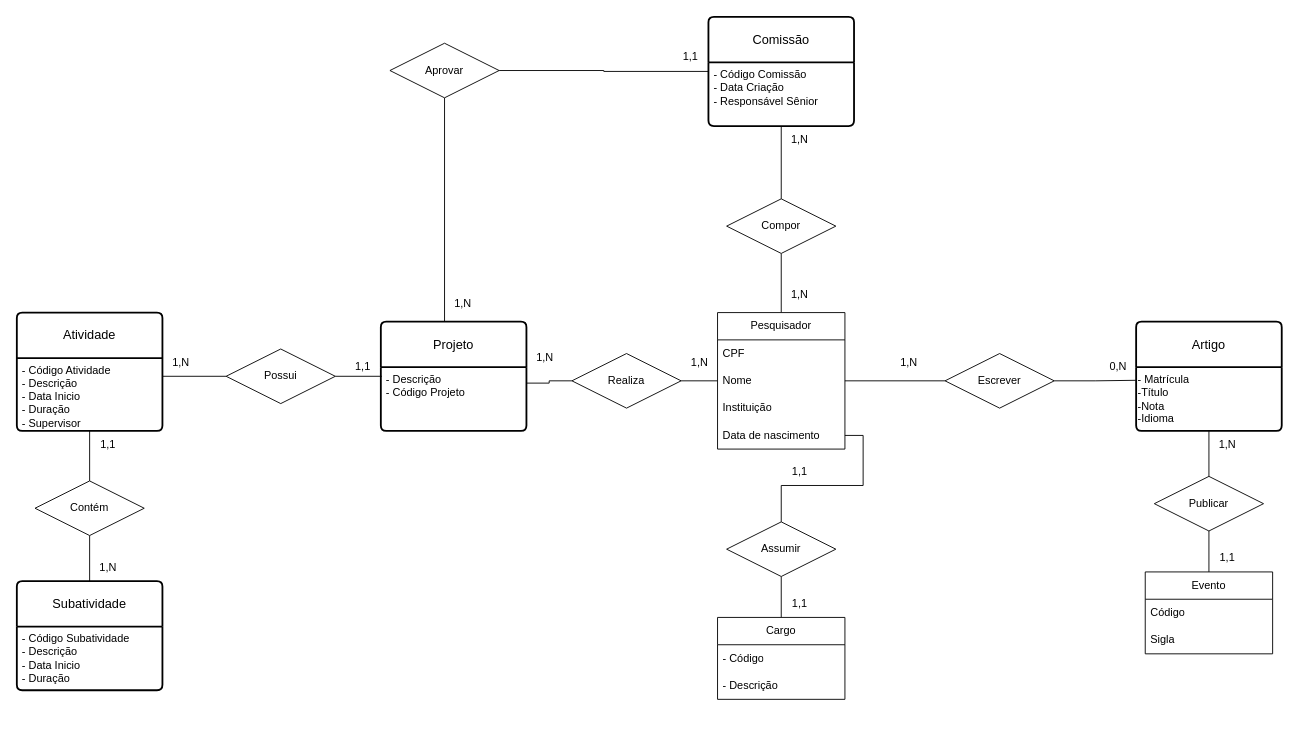
Before: page "Page-1" (1 of 2) of modelagem.drawio in marcosbarross/softex-bd, a draw.io diagram. Source tidied: cells renumbered, new cells numbered last; positions are measured from the earlier drawing's top-left corner, leaving out a move shared by most shapes. Both pictures are drawn from the tidied source at 91%, with x=0, y=0 at pixel (16, 16).
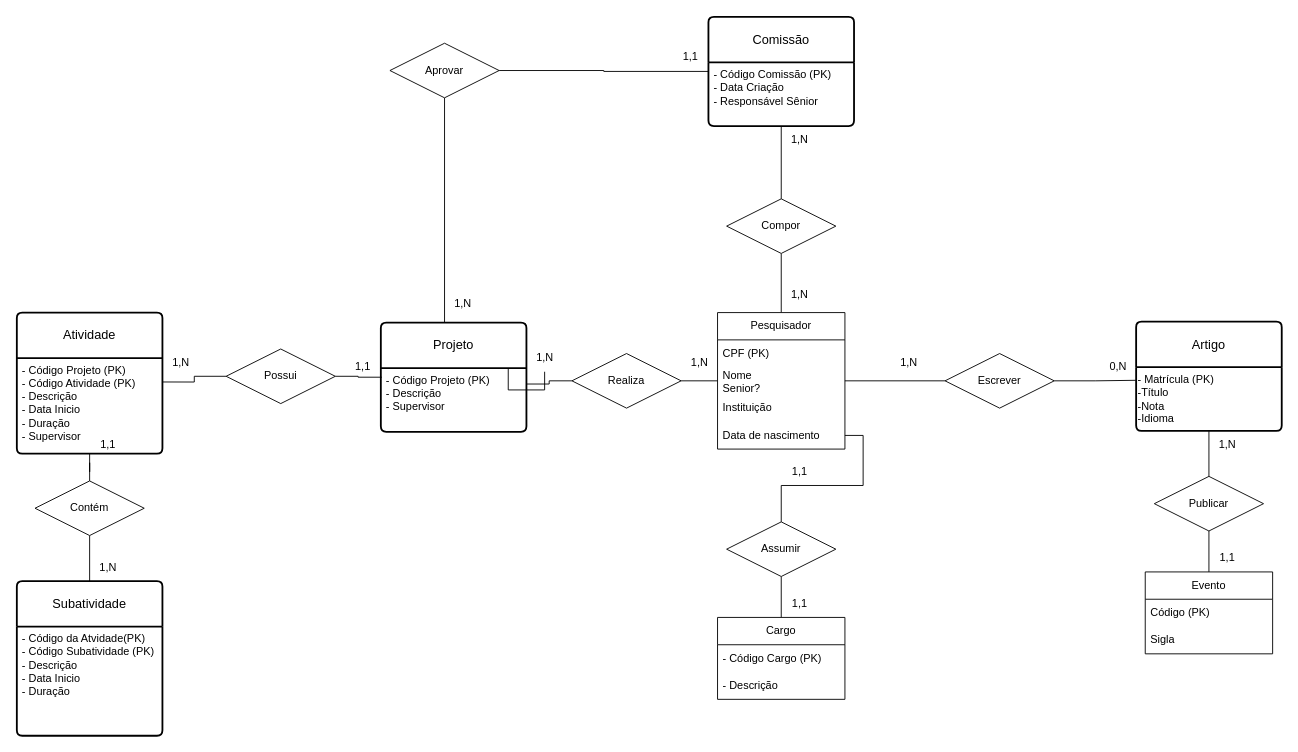
After the change.

The change refers to these unchanged cells:
```xml
<mxCell id="11" value="1,N" style="text;html=1;align=center;verticalAlign=middle;points=[];strokeColor=none;fillColor=none;" parent="1" vertex="1">
  <mxGeometry x="560" y="360" width="40" height="30" as="geometry" />
</mxCell>
<mxCell id="35" value="Comissão" style="swimlane;horizontal=1;startSize=50;rounded=1;fontSize=14;fontStyle=0;strokeWidth=2;shadow=0;dashed=0;align=center;arcSize=4;whiteSpace=wrap;html=1;" parent="1" vertex="1">
  <mxGeometry x="760" width="160" height="120" as="geometry" />
</mxCell>
<mxCell id="45" value="Artigo" style="swimlane;horizontal=1;startSize=50;rounded=1;fontSize=14;fontStyle=0;strokeWidth=2;shadow=0;dashed=0;align=center;arcSize=4;whiteSpace=wrap;html=1;" parent="1" vertex="1">
  <mxGeometry x="1230" y="335" width="160" height="120" as="geometry" />
</mxCell>
<mxCell id="52" value="Cargo" style="swimlane;fontStyle=0;horizontal=1;startSize=30;whiteSpace=wrap;html=1;" parent="1" vertex="1">
  <mxGeometry x="770" y="660" width="140" height="90" as="geometry" />
</mxCell>
<mxCell id="56" value="Pesquisador" style="swimlane;fontStyle=0;horizontal=1;startSize=30;whiteSpace=wrap;html=1;" parent="1" vertex="1">
  <mxGeometry x="770" y="325" width="140" height="150" as="geometry" />
</mxCell>
<mxCell id="62" value="Evento" style="swimlane;fontStyle=0;horizontal=1;startSize=30;whiteSpace=wrap;html=1;" parent="1" vertex="1">
  <mxGeometry x="1240" y="610" width="140" height="90" as="geometry" />
</mxCell>
```

What changed in the source:
```diff
@@
+    <mxCell id="65" style="edgeStyle=orthogonalEdgeStyle;rounded=0;jettySize=auto;html=1;" parent="1" edge="1" source="11" target="39">
+      <mxGeometry relative="1" as="geometry" />
+    </mxCell>
@@
-    <mxCell id="36" value="- Código Comissão&lt;div&gt;- Data Criação&lt;/div&gt;&lt;div&gt;- Responsável Sênior&lt;/div&gt;" style="align=left;strokeColor=none;fillColor=none;spacingLeft=4;fontSize=12;verticalAlign=top;html=1;" parent="35" vertex="1">
+    <mxCell id="36" value="- Código Comissão (PK)&lt;div&gt;- Data Criação&lt;/div&gt;&lt;div&gt;- Responsável Sênior&lt;/div&gt;" style="align=left;strokeColor=none;fillColor=none;spacingLeft=4;fontSize=12;verticalAlign=top;html=1;" parent="35" vertex="1">
       <mxGeometry y="50" width="160" height="70" as="geometry" />
     </mxCell>
@@
     <mxCell id="38" value="Projeto" style="swimlane;horizontal=1;startSize=50;rounded=1;fontSize=14;fontStyle=0;strokeWidth=2;shadow=0;dashed=0;align=center;arcSize=4;whiteSpace=wrap;html=1;" parent="1" vertex="1">
-      <mxGeometry x="400" y="335" width="160" height="120" as="geometry" />
+      <mxGeometry x="400" y="336" width="160" height="120" as="geometry" />
     </mxCell>
-    <mxCell id="39" value="- Descrição&amp;nbsp;&lt;div&gt;- Código Projeto&lt;/div&gt;" style="align=left;strokeColor=none;fillColor=none;spacingLeft=4;fontSize=12;verticalAlign=top;html=1;" parent="38" vertex="1">
+    <mxCell id="39" value="&lt;div&gt;- Código Projeto (PK)&lt;/div&gt;&lt;div&gt;- Descrição&amp;nbsp;&lt;br&gt;&lt;/div&gt;&lt;div&gt;- Supervisor&lt;/div&gt;" style="align=left;strokeColor=none;fillColor=none;spacingLeft=4;fontSize=12;verticalAlign=top;html=1;" parent="38" vertex="1">
       <mxGeometry y="50" width="160" height="70" as="geometry" />
     </mxCell>
     <mxCell id="40" value="Atividade" style="swimlane;horizontal=1;startSize=50;rounded=1;fontSize=14;fontStyle=0;strokeWidth=2;shadow=0;dashed=0;align=center;arcSize=4;whiteSpace=wrap;html=1;" parent="1" vertex="1">
-      <mxGeometry y="325" width="160" height="130" as="geometry" />
+      <mxGeometry y="325" width="160" height="155" as="geometry" />
     </mxCell>
-    <mxCell id="41" value="- Código Atividade&lt;div&gt;- Descrição&amp;nbsp;&lt;/div&gt;&lt;div&gt;- Data Inicio&lt;/div&gt;&lt;div&gt;- Duração&lt;/div&gt;&lt;div&gt;- Supervisor&lt;/div&gt;&lt;div&gt;&lt;br&gt;&lt;/div&gt;&lt;div&gt;&lt;br&gt;&lt;/div&gt;" style="align=left;strokeColor=none;fillColor=none;spacingLeft=4;fontSize=12;verticalAlign=top;html=1;" parent="40" vertex="1">
-      <mxGeometry y="50" width="160" height="80" as="geometry" />
+    <mxCell id="41" value="&lt;div&gt;- Código Projeto (PK)&lt;/div&gt;&lt;div&gt;&lt;span style=&quot;background-color: initial;&quot;&gt;- Código Atividade (PK)&lt;/span&gt;&lt;/div&gt;&lt;div&gt;&lt;div&gt;- Descrição&amp;nbsp;&lt;/div&gt;&lt;div&gt;- Data Inicio&lt;/div&gt;&lt;div&gt;- Duração&lt;/div&gt;&lt;div&gt;- Supervisor&lt;/div&gt;&lt;div&gt;&lt;br&gt;&lt;/div&gt;&lt;div&gt;&lt;br&gt;&lt;/div&gt;&lt;/div&gt;" style="align=left;strokeColor=none;fillColor=none;spacingLeft=4;fontSize=12;verticalAlign=top;html=1;" parent="40" vertex="1">
+      <mxGeometry y="50" width="160" height="105" as="geometry" />
     </mxCell>
     <mxCell id="42" value="Subatividade" style="swimlane;horizontal=1;startSize=50;rounded=1;fontSize=14;fontStyle=0;strokeWidth=2;shadow=0;dashed=0;align=center;arcSize=4;whiteSpace=wrap;html=1;" parent="1" vertex="1">
-      <mxGeometry y="620" width="160" height="120" as="geometry" />
+      <mxGeometry y="620" width="160" height="170" as="geometry" />
     </mxCell>
-    <mxCell id="43" value="- Código Subatividade&lt;div&gt;- Descrição&lt;/div&gt;&lt;div&gt;- Data Inicio&amp;nbsp;&lt;/div&gt;&lt;div&gt;- Duração&lt;/div&gt;" style="align=left;strokeColor=none;fillColor=none;spacingLeft=4;fontSize=12;verticalAlign=top;html=1;" parent="42" vertex="1">
-      <mxGeometry y="50" width="160" height="70" as="geometry" />
+    <mxCell id="43" value="&lt;div&gt;- Código da Atvidade(PK)&lt;/div&gt;- Código Subatividade (PK)&lt;div&gt;- Descrição&lt;/div&gt;&lt;div&gt;- Data Inicio&amp;nbsp;&lt;/div&gt;&lt;div&gt;- Duração&lt;/div&gt;" style="align=left;strokeColor=none;fillColor=none;spacingLeft=4;fontSize=12;verticalAlign=top;html=1;" parent="42" vertex="1">
+      <mxGeometry y="50" width="160" height="120" as="geometry" />
     </mxCell>
@@
-    <mxCell id="46" value="- Matrícula&lt;div&gt;-Título&lt;/div&gt;&lt;div&gt;-Nota&lt;/div&gt;&lt;div&gt;-Idioma&lt;/div&gt;" style="text;html=1;align=left;verticalAlign=middle;points=[];strokeColor=none;fillColor=none;" parent="45" vertex="1">
+    <mxCell id="46" value="- Matrícula (PK)&lt;div&gt;-Título&lt;/div&gt;&lt;div&gt;-Nota&lt;/div&gt;&lt;div&gt;-Idioma&lt;/div&gt;" style="text;html=1;align=left;verticalAlign=middle;points=[];strokeColor=none;fillColor=none;" parent="45" vertex="1">
       <mxGeometry y="50" width="160" height="70" as="geometry" />
     </mxCell>
@@
-    <mxCell id="53" value="- Código" style="text;strokeColor=none;fillColor=none;align=left;verticalAlign=middle;spacingLeft=4;spacingRight=4;overflow=hidden;whiteSpace=wrap;html=1;" parent="52" vertex="1">
+    <mxCell id="53" value="- Código Cargo (PK)" style="text;strokeColor=none;fillColor=none;align=left;verticalAlign=middle;spacingLeft=4;spacingRight=4;overflow=hidden;whiteSpace=wrap;html=1;" parent="52" vertex="1">
       <mxGeometry y="30" width="140" height="30" as="geometry" />
     </mxCell>
@@
-    <mxCell id="57" value="CPF" style="text;strokeColor=none;fillColor=none;align=left;verticalAlign=middle;spacingLeft=4;spacingRight=4;overflow=hidden;whiteSpace=wrap;html=1;" parent="56" vertex="1">
+    <mxCell id="57" value="CPF (PK)" style="text;strokeColor=none;fillColor=none;align=left;verticalAlign=middle;spacingLeft=4;spacingRight=4;overflow=hidden;whiteSpace=wrap;html=1;" parent="56" vertex="1">
       <mxGeometry y="30" width="140" height="30" as="geometry" />
     </mxCell>
-    <mxCell id="58" value="Nome" style="text;strokeColor=none;fillColor=none;align=left;verticalAlign=middle;spacingLeft=4;spacingRight=4;overflow=hidden;points=[[0,0.5],[1,0.5]];portConstraint=eastwest;whiteSpace=wrap;html=1;" parent="56" vertex="1">
+    <mxCell id="58" value="Nome&lt;div&gt;Senior?&amp;nbsp;&lt;/div&gt;" style="text;strokeColor=none;fillColor=none;align=left;verticalAlign=middle;spacingLeft=4;spacingRight=4;overflow=hidden;points=[[0,0.5],[1,0.5]];portConstraint=eastwest;whiteSpace=wrap;html=1;" parent="56" vertex="1">
       <mxGeometry y="60" width="140" height="30" as="geometry" />
     </mxCell>
@@
-    <mxCell id="63" value="Código" style="text;strokeColor=none;fillColor=none;align=left;verticalAlign=middle;spacingLeft=4;spacingRight=4;overflow=hidden;whiteSpace=wrap;html=1;" parent="62" vertex="1">
+    <mxCell id="63" value="Código (PK)&amp;nbsp;" style="text;strokeColor=none;fillColor=none;align=left;verticalAlign=middle;spacingLeft=4;spacingRight=4;overflow=hidden;whiteSpace=wrap;html=1;" parent="62" vertex="1">
       <mxGeometry y="30" width="140" height="30" as="geometry" />
     </mxCell>
```
